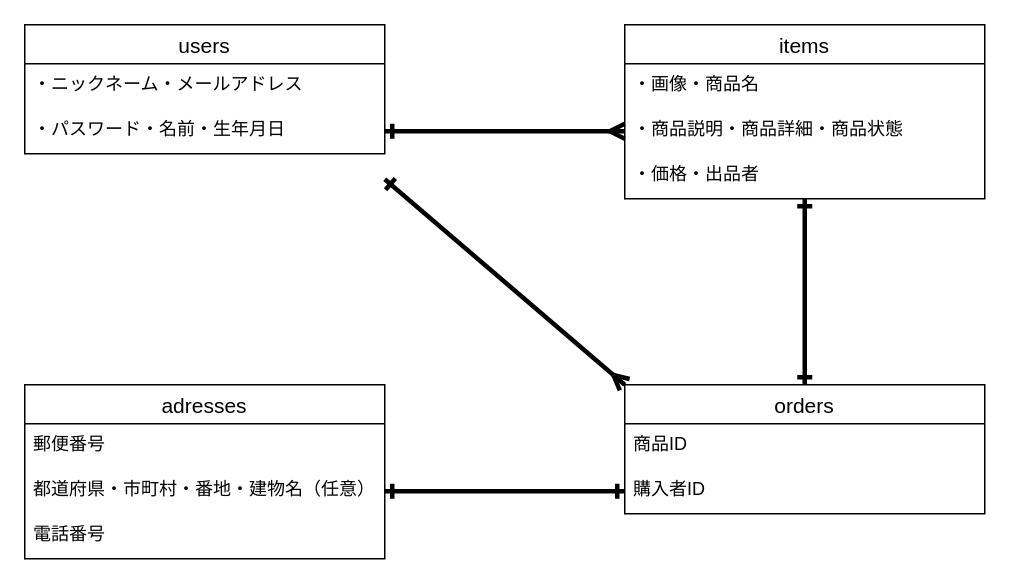
The draw.io diagram er.dio in t-iida47/furima-38664, before the edit. Source tidied: cells renumbered, new cells numbered last; positions are measured from the earlier drawing's top-left corner, leaving out a move shared by most shapes. Both pictures are drawn from the tidied source at 150%, with x=0, y=0 at pixel (24, 24).
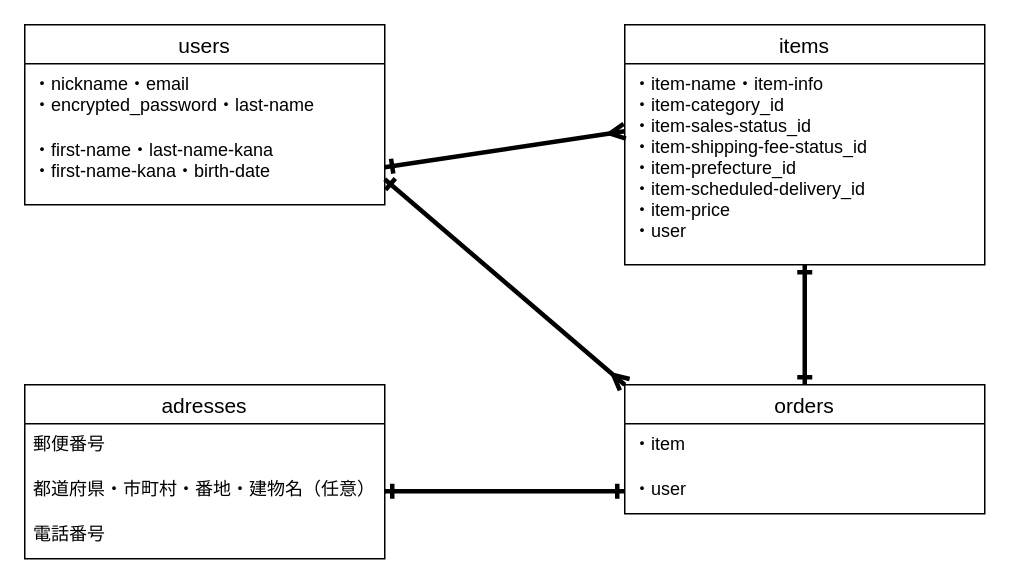
The same diagram, later.

Commit message (it also covers changes not shown here):
データベース設計

Unchanged cells that the change refers to:
```xml
<mxCell id="14" value="orders" style="swimlane;fontStyle=0;horizontal=1;startSize=26;align=center;fontSize=14;" parent="1" vertex="1">
  <mxGeometry x="400" y="240" width="240" height="86" as="geometry" />
</mxCell>
```

What changed in the source:
```diff
@@
     <mxCell id="2" value="users" style="swimlane;fontStyle=0;horizontal=1;startSize=26;align=center;fontSize=14;" parent="1" vertex="1">
-      <mxGeometry width="240" height="86" as="geometry" />
+      <mxGeometry width="240" height="120" as="geometry" />
     </mxCell>
-    <mxCell id="3" value="・ニックネーム・メールアドレス" style="text;strokeColor=none;fillColor=none;spacingLeft=4;spacingRight=4;overflow=hidden;fontSize=12;" parent="2" vertex="1">
-      <mxGeometry y="26" width="240" height="30" as="geometry" />
+    <mxCell id="3" value="・nickname・email&#10;・encrypted_password・last-name" style="text;strokeColor=none;fillColor=none;spacingLeft=4;spacingRight=4;overflow=hidden;fontSize=12;" parent="2" vertex="1">
+      <mxGeometry y="26" width="240" height="44" as="geometry" />
     </mxCell>
-    <mxCell id="4" value="・パスワード・名前・生年月日" style="text;strokeColor=none;fillColor=none;spacingLeft=4;spacingRight=4;overflow=hidden;points=[[0,0.5],[1,0.5]];portConstraint=eastwest;fontSize=12;" parent="2" vertex="1">
-      <mxGeometry y="56" width="240" height="30" as="geometry" />
+    <mxCell id="4" value="・first-name・last-name-kana&#10;・first-name-kana・birth-date" style="text;strokeColor=none;fillColor=none;spacingLeft=4;spacingRight=4;overflow=hidden;points=[[0,0.5],[1,0.5]];portConstraint=eastwest;fontSize=12;" parent="2" vertex="1">
+      <mxGeometry y="70" width="240" height="50" as="geometry" />
     </mxCell>
@@
     <mxCell id="6" value="items" style="swimlane;fontStyle=0;horizontal=1;startSize=26;align=center;fontSize=14;" parent="1" vertex="1">
-      <mxGeometry x="400" width="240" height="116" as="geometry" />
+      <mxGeometry x="400" width="240" height="160" as="geometry" />
     </mxCell>
-    <mxCell id="7" value="・画像・商品名" style="text;strokeColor=none;fillColor=none;spacingLeft=4;spacingRight=4;overflow=hidden;fontSize=12;" parent="6" vertex="1">
-      <mxGeometry y="26" width="240" height="30" as="geometry" />
+    <mxCell id="7" value="・item-name・item-info&#10;・item-category_id&#10;・item-sales-status_id&#10;・item-shipping-fee-status_id&#10;・item-prefecture_id&#10;・item-scheduled-delivery_id&#10;・item-price&#10;・user" style="text;strokeColor=none;fillColor=none;spacingLeft=4;spacingRight=4;overflow=hidden;fontSize=12;" parent="6" vertex="1">
+      <mxGeometry y="26" width="240" height="134" as="geometry" />
     </mxCell>
-    <mxCell id="8" value="・商品説明・商品詳細・商品状態" style="text;strokeColor=none;fillColor=none;spacingLeft=4;spacingRight=4;overflow=hidden;points=[[0,0.5],[1,0.5]];portConstraint=eastwest;fontSize=12;" parent="6" vertex="1">
-      <mxGeometry y="56" width="240" height="30" as="geometry" />
-    </mxCell>
-    <mxCell id="9" value="・価格・出品者" style="text;strokeColor=none;fillColor=none;spacingLeft=4;spacingRight=4;overflow=hidden;fontSize=12;" parent="6" vertex="1">
-      <mxGeometry y="86" width="240" height="30" as="geometry" />
-    </mxCell>
@@
-    <mxCell id="15" value="商品ID" style="text;strokeColor=none;fillColor=none;spacingLeft=4;spacingRight=4;overflow=hidden;fontSize=12;" parent="14" vertex="1">
+    <mxCell id="15" value="・item" style="text;strokeColor=none;fillColor=none;spacingLeft=4;spacingRight=4;overflow=hidden;fontSize=12;" parent="14" vertex="1">
       <mxGeometry y="26" width="240" height="30" as="geometry" />
     </mxCell>
-    <mxCell id="16" value="購入者ID" style="text;strokeColor=none;fillColor=none;spacingLeft=4;spacingRight=4;overflow=hidden;points=[[0,0.5],[1,0.5]];portConstraint=eastwest;fontSize=12;" parent="14" vertex="1">
+    <mxCell id="16" value="・user" style="text;strokeColor=none;fillColor=none;spacingLeft=4;spacingRight=4;overflow=hidden;points=[[0,0.5],[1,0.5]];portConstraint=eastwest;fontSize=12;" parent="14" vertex="1">
       <mxGeometry y="56" width="240" height="30" as="geometry" />
     </mxCell>
-    <mxCell id="17" style="edgeStyle=none;html=1;exitX=1;exitY=0.5;exitDx=0;exitDy=0;entryX=0;entryY=0.5;entryDx=0;entryDy=0;startArrow=ERone;startFill=0;endArrow=ERmany;endFill=0;strokeWidth=3;" parent="1" edge="1" source="4" target="8">
-      <mxGeometry relative="1" as="geometry" />
+    <mxCell id="17" style="edgeStyle=none;html=1;exitX=1;exitY=0.5;exitDx=0;exitDy=0;entryX=0;entryY=0.5;entryDx=0;entryDy=0;startArrow=ERone;startFill=0;endArrow=ERmany;endFill=0;strokeWidth=3;" parent="1" edge="1" source="4">
+      <mxGeometry relative="1" as="geometry">
+        <mxPoint x="400" y="71" as="targetPoint" />
+      </mxGeometry>
     </mxCell>
```
